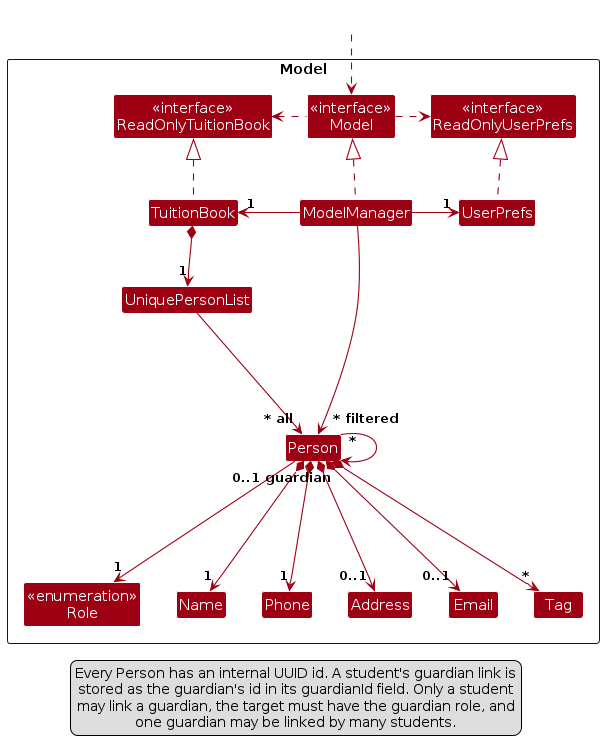
Before: diagrams/ModelClassDiagram.png, a diagram exported from PlantUML (AY2627S1-CS2103T-T16-2/tp). Its source is kept beside it as diagrams/ModelClassDiagram.puml.
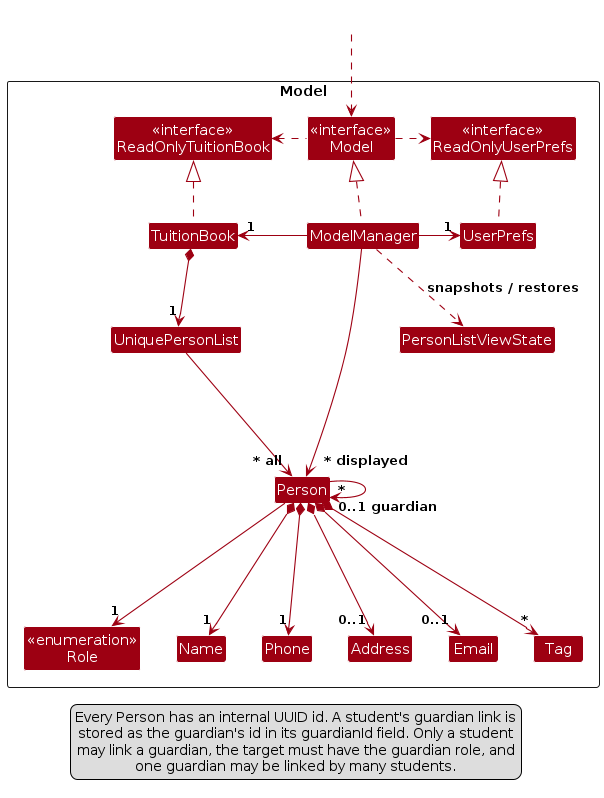
The same file after the commit.

What changed in the source:
```diff
@@ -9,6 +9,7 @@
 Class "<<interface>>\nReadOnlyUserPrefs" as ReadOnlyUserPrefs
 Class "<<interface>>\nModel" as Model
 Class TuitionBook
+Class PersonListViewState
 Class ModelManager
 Class UserPrefs
 
@@ -54,7 +55,8 @@
 Phone -[hidden]right-> Address
 Address -[hidden]right-> Email
 
-ModelManager --> "~* filtered" Person
+ModelManager --> "~* displayed" Person
+ModelManager ..> PersonListViewState : snapshots / restores
 
 legend bottom
   Every Person has an internal UUID id. A student's guardian link is
```
